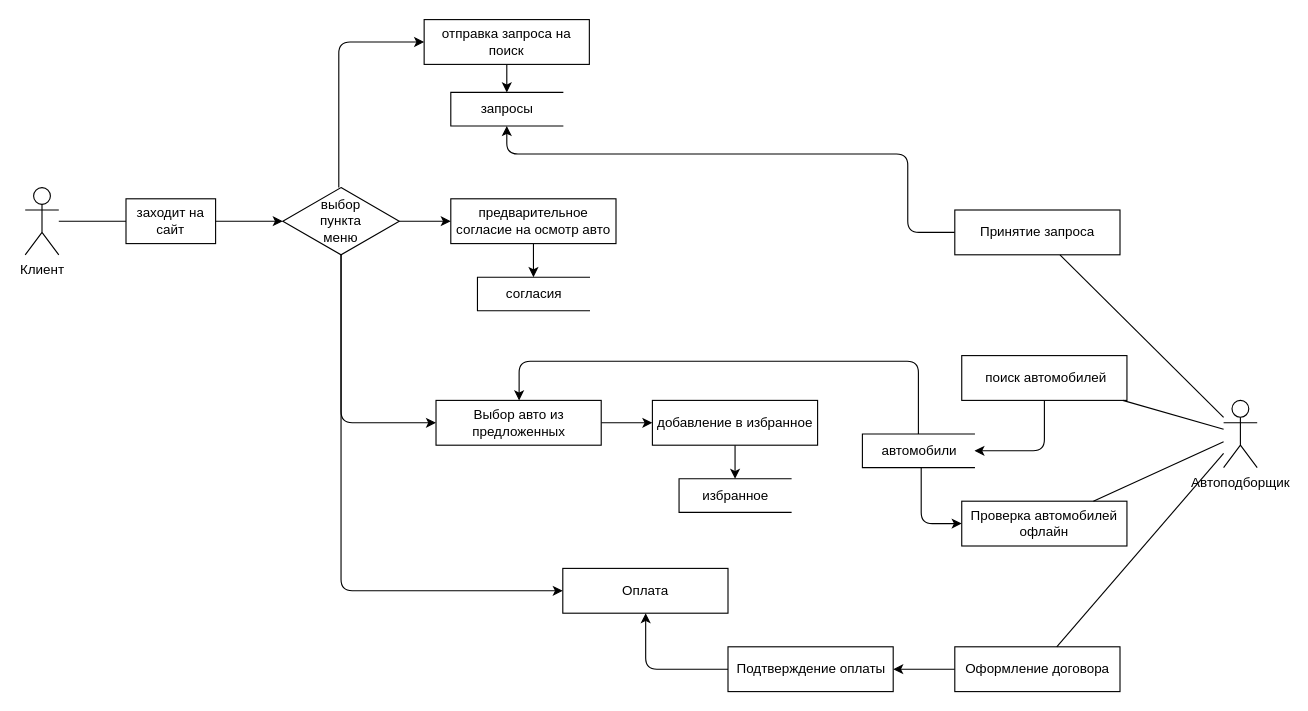
maksaev62/repr1 keeps this draw.io diagram as DFD.drawio. Above is the earlier version. Source tidied: cells renumbered, new cells numbered last; positions are measured from the earlier drawing's top-left corner, leaving out a move shared by most shapes. Both pictures are drawn from the tidied source at 112%, with x=0, y=0 at pixel (25, 19).
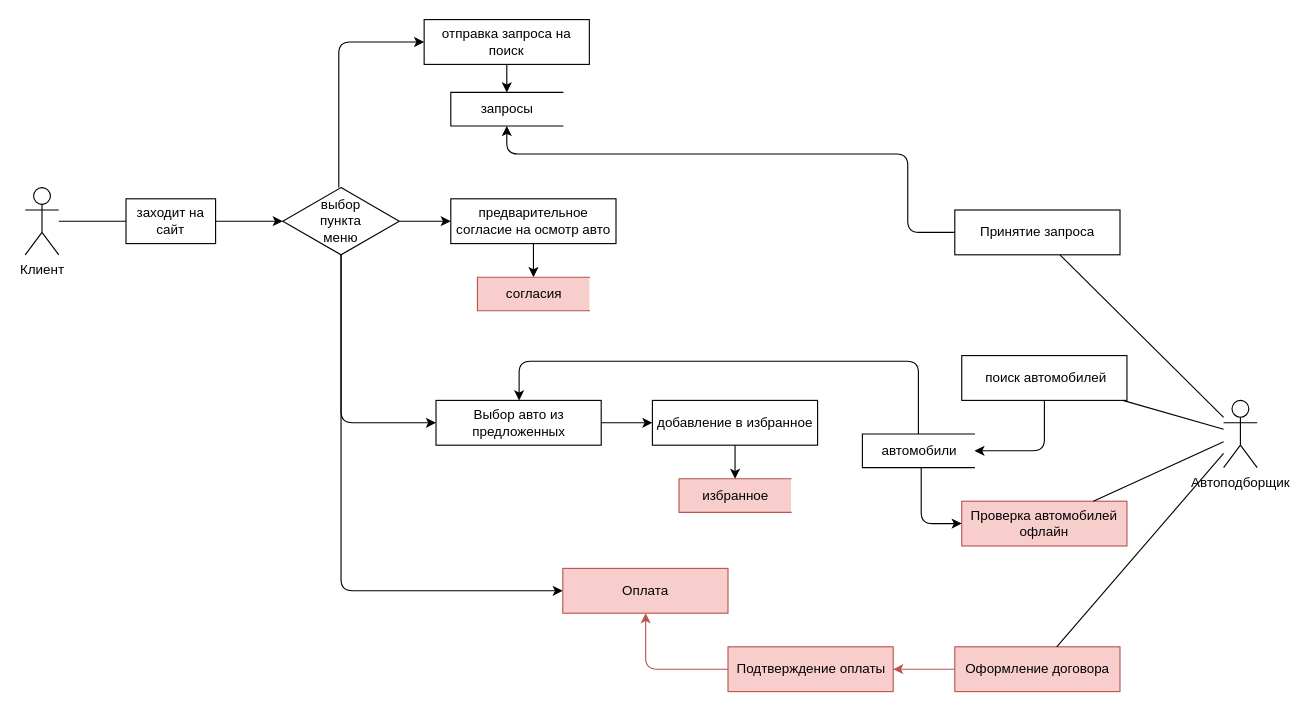
Above is the later version.

Change to the diagram source:
```diff
@@
-    <mxCell id="18" value="Оплата" style="rounded=0;whiteSpace=wrap;html=1;hachureGap=4;strokeWidth=1;" parent="1" vertex="1">
+    <mxCell id="18" value="Оплата" style="rounded=0;whiteSpace=wrap;html=1;hachureGap=4;strokeWidth=1;fillColor=#f8cecc;strokeColor=#b85450;" parent="1" vertex="1">
       <mxGeometry x="480" y="490" width="147.5" height="40" as="geometry" />
     </mxCell>
-    <mxCell id="19" value="избранное" style="html=1;dashed=0;whitespace=wrap;shape=partialRectangle;right=0;" parent="1" vertex="1">
+    <mxCell id="19" value="избранное" style="html=1;dashed=0;whitespace=wrap;shape=partialRectangle;right=0;fillColor=#f8cecc;strokeColor=#b85450;" parent="1" vertex="1">
       <mxGeometry x="583.8" y="410" width="100" height="30" as="geometry" />
     </mxCell>
-    <mxCell id="20" value="согласия" style="html=1;dashed=0;whitespace=wrap;shape=partialRectangle;right=0;" parent="1" vertex="1">
+    <mxCell id="20" value="согласия" style="html=1;dashed=0;whitespace=wrap;shape=partialRectangle;right=0;fillColor=#f8cecc;strokeColor=#b85450;" parent="1" vertex="1">
       <mxGeometry x="403.8" y="230" width="100" height="30" as="geometry" />
     </mxCell>
@@
-    <mxCell id="27" value="Проверка автомобилей офлайн" style="rounded=0;whiteSpace=wrap;html=1;hachureGap=4;strokeWidth=1;" parent="1" vertex="1">
+    <mxCell id="27" value="Проверка автомобилей офлайн" style="rounded=0;whiteSpace=wrap;html=1;hachureGap=4;strokeWidth=1;fillColor=#f8cecc;strokeColor=#b85450;" parent="1" vertex="1">
       <mxGeometry x="836.2" y="430" width="147.5" height="40" as="geometry" />
     </mxCell>
-    <mxCell id="28" style="edgeStyle=orthogonalEdgeStyle;rounded=1;jettySize=auto;html=1;" parent="1" edge="1" source="29" target="18">
+    <mxCell id="28" style="edgeStyle=orthogonalEdgeStyle;rounded=1;jettySize=auto;html=1;fillColor=#f8cecc;strokeColor=#b85450;" parent="1" edge="1" source="29" target="18">
       <mxGeometry relative="1" as="geometry">
         <Array as="points">
           <mxPoint x="554" y="580" />
         </Array>
       </mxGeometry>
     </mxCell>
-    <mxCell id="29" value="Подтверждение оплаты" style="rounded=0;whiteSpace=wrap;html=1;hachureGap=4;strokeWidth=1;" parent="1" vertex="1">
+    <mxCell id="29" value="Подтверждение оплаты" style="rounded=0;whiteSpace=wrap;html=1;hachureGap=4;strokeWidth=1;fillColor=#f8cecc;strokeColor=#b85450;" parent="1" vertex="1">
       <mxGeometry x="627.5" y="560" width="147.5" height="40" as="geometry" />
     </mxCell>
@@
-    <mxCell id="34" style="edgeStyle=orthogonalEdgeStyle;rounded=1;jettySize=auto;html=1;" parent="1" edge="1" source="35" target="29">
+    <mxCell id="34" style="edgeStyle=orthogonalEdgeStyle;rounded=1;jettySize=auto;html=1;fillColor=#f8cecc;strokeColor=#b85450;" parent="1" edge="1" source="35" target="29">
       <mxGeometry relative="1" as="geometry" />
     </mxCell>
-    <mxCell id="35" value="&lt;span&gt;Оформление договора&lt;/span&gt;" style="rounded=0;whiteSpace=wrap;html=1;hachureGap=4;strokeWidth=1;" parent="1" vertex="1">
+    <mxCell id="35" value="&lt;span&gt;Оформление договора&lt;/span&gt;" style="rounded=0;whiteSpace=wrap;html=1;hachureGap=4;strokeWidth=1;fillColor=#f8cecc;strokeColor=#b85450;" parent="1" vertex="1">
       <mxGeometry x="830" y="560" width="147.5" height="40" as="geometry" />
     </mxCell>
```
